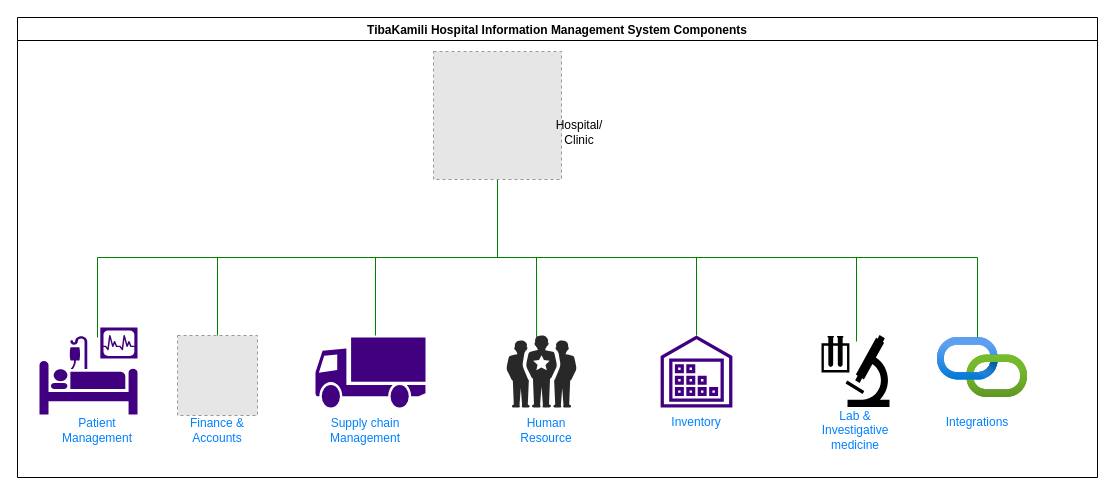
Earlier version of the draw.io diagram Test_Diagram.drawio (kmagua/flowcharts). Source tidied: cells renumbered, new cells numbered last; positions are measured from the earlier drawing's top-left corner, leaving out a move shared by most shapes. Both pictures are drawn from the tidied source at 100%, with x=0, y=0 at pixel (17, 17). Pictures stored in the file or linked from it are replaced by grey dashed boxes.
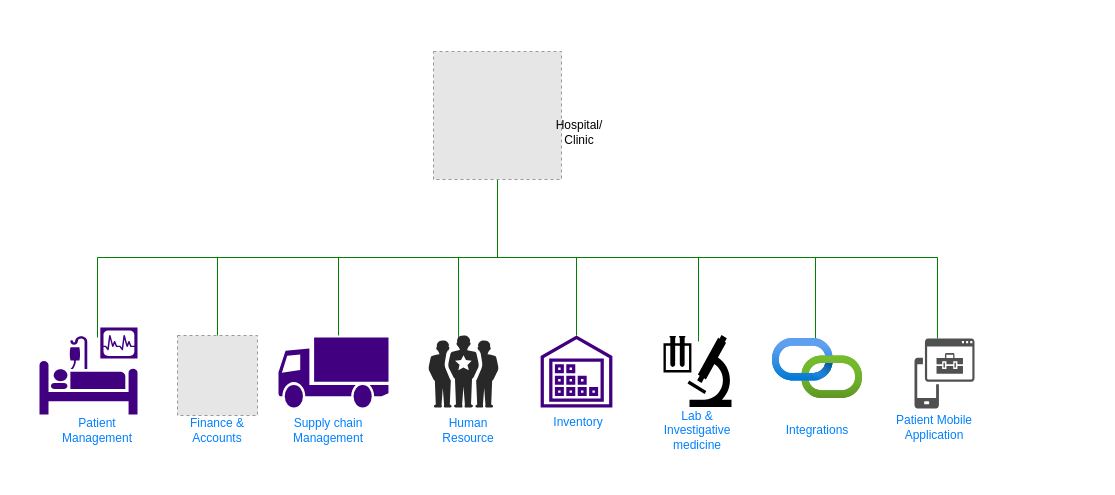
The same page after the edit.

The edit, as a diff of the source:
```diff
@@
     <mxCell id="2" style="endArrow=none;html=1;rounded=0;strokeColor=#008000;" parent="1" edge="1">
       <mxGeometry relative="1" as="geometry">
         <mxPoint x="80" y="240" as="sourcePoint" />
-        <mxPoint x="960" y="240" as="targetPoint" />
+        <mxPoint x="920" y="240" as="targetPoint" />
       </mxGeometry>
     </mxCell>
@@
     <mxCell id="8" style="endArrow=none;html=1;rounded=0;strokeColor=#008000;" parent="1" edge="1">
       <mxGeometry relative="1" as="geometry">
-        <mxPoint x="358" y="240" as="sourcePoint" />
-        <mxPoint x="358" y="318" as="targetPoint" />
+        <mxPoint x="321" y="240" as="sourcePoint" />
+        <mxPoint x="321" y="318" as="targetPoint" />
       </mxGeometry>
     </mxCell>
     <mxCell id="9" style="shape=mxgraph.signs.transportation.truck_1;html=1;fillColor=#400080;strokeColor=none;verticalLabelPosition=bottom;verticalAlign=top;align=center;" parent="1" vertex="1">
-      <mxGeometry x="298" y="320" width="110" height="70" as="geometry" />
+      <mxGeometry x="261" y="320" width="110" height="70" as="geometry" />
     </mxCell>
     <mxCell id="10" value="Supply chain Management" style="text;html=1;align=center;verticalAlign=middle;whiteSpace=wrap;rounded=0;fontColor=#0080ff;" parent="1" vertex="1">
-      <mxGeometry x="307.5" y="398" width="80" height="30" as="geometry" />
+      <mxGeometry x="270.5" y="398" width="80" height="30" as="geometry" />
     </mxCell>
     <mxCell id="11" style="endArrow=none;html=1;rounded=0;exitX=0.43;exitY=0.16;exitDx=0;exitDy=0;exitPerimeter=0;strokeColor=#008000;" parent="1" edge="1" source="13">
       <mxGeometry relative="1" as="geometry">
-        <mxPoint x="519" y="240" as="targetPoint" />
+        <mxPoint x="441" y="240" as="targetPoint" />
       </mxGeometry>
     </mxCell>
@@
     <mxCell id="13" style="verticalLabelPosition=bottom;sketch=0;html=1;fillColor=#282828;strokeColor=none;verticalAlign=top;align=center;shape=mxgraph.cisco_safe.people_places_things_icons.icon1;" parent="1" vertex="1">
-      <mxGeometry x="489" y="318" width="70" height="72" as="geometry" />
+      <mxGeometry x="411" y="318" width="70" height="72" as="geometry" />
     </mxCell>
     <mxCell id="14" value="Human Resource" style="text;html=1;align=center;verticalAlign=middle;whiteSpace=wrap;rounded=0;fontColor=#0080ff;" parent="1" vertex="1">
-      <mxGeometry x="489" y="398" width="80" height="30" as="geometry" />
+      <mxGeometry x="411" y="398" width="80" height="30" as="geometry" />
     </mxCell>
     <mxCell id="15" style="endArrow=none;html=1;rounded=0;strokeColor=#008000;" parent="1" edge="1">
       <mxGeometry relative="1" as="geometry">
-        <mxPoint x="679" y="240" as="sourcePoint" />
-        <mxPoint x="679" y="318" as="targetPoint" />
+        <mxPoint x="559" y="240" as="sourcePoint" />
+        <mxPoint x="559" y="318" as="targetPoint" />
       </mxGeometry>
     </mxCell>
     <mxCell id="16" style="sketch=0;fontColor=#232F3E;gradientColor=none;fillColor=#400080;strokeColor=none;dashed=0;verticalLabelPosition=bottom;verticalAlign=top;align=center;html=1;fontSize=12;fontStyle=0;shape=mxgraph.aws4.inventory;" parent="1" vertex="1">
-      <mxGeometry x="643" y="318" width="72" height="72" as="geometry" />
+      <mxGeometry x="523" y="318" width="72" height="72" as="geometry" />
     </mxCell>
     <mxCell id="17" value="Inventory" style="text;html=1;align=center;verticalAlign=middle;whiteSpace=wrap;rounded=0;fontColor=#0080ff;" parent="1" vertex="1">
-      <mxGeometry x="639" y="390" width="80" height="30" as="geometry" />
+      <mxGeometry x="521" y="390" width="80" height="30" as="geometry" />
     </mxCell>
     <mxCell id="18" style="shape=mxgraph.signs.science.laboratory;html=1;fillColor=#000000;strokeColor=none;verticalLabelPosition=bottom;verticalAlign=top;align=center;" parent="1" vertex="1">
-      <mxGeometry x="804" y="317.5" width="68" height="72" as="geometry" />
+      <mxGeometry x="646" y="317.5" width="68" height="72" as="geometry" />
     </mxCell>
     <mxCell id="19" style="endArrow=none;html=1;rounded=0;exitX=0.515;exitY=0.09;exitDx=0;exitDy=0;exitPerimeter=0;strokeColor=#008000;" parent="1" edge="1" source="18">
       <mxGeometry relative="1" as="geometry">
-        <mxPoint x="839" y="240" as="targetPoint" />
+        <mxPoint x="681" y="240" as="targetPoint" />
       </mxGeometry>
     </mxCell>
     <mxCell id="20" value="Lab &amp;amp; Investigative medicine" style="text;html=1;align=center;verticalAlign=middle;whiteSpace=wrap;rounded=0;fontColor=#0080ff;" parent="1" vertex="1">
-      <mxGeometry x="798" y="398" width="80" height="30" as="geometry" />
+      <mxGeometry x="640" y="398" width="80" height="30" as="geometry" />
     </mxCell>
@@
-    <mxCell id="24" value="TibaKamili Hospital Information Management System Components" style="swimlane;" parent="1" vertex="1">
-      <mxGeometry width="1080" height="460" as="geometry" />
-    </mxCell>
+    <mxCell id="27" style="endArrow=none;html=1;rounded=0;strokeColor=#008000;exitX=0.478;exitY=0.083;exitDx=0;exitDy=0;exitPerimeter=0;" parent="1" edge="1" source="25">
+      <mxGeometry relative="1" as="geometry">
+        <mxPoint x="798" y="240" as="targetPoint" />
+      </mxGeometry>
+    </mxCell>
+    <mxCell id="28" style="endArrow=none;html=1;rounded=0;strokeColor=#008000;exitX=0.383;exitY=0;exitDx=0;exitDy=0;exitPerimeter=0;" parent="1" edge="1" source="30">
+      <mxGeometry relative="1" as="geometry">
+        <mxPoint x="920" y="240" as="targetPoint" />
+      </mxGeometry>
+    </mxCell>
+    <mxCell id="29" value="Patient Mobile Application" style="text;html=1;align=center;verticalAlign=middle;whiteSpace=wrap;rounded=0;fontColor=#0080ff;" parent="1" vertex="1">
+      <mxGeometry x="877" y="395" width="80" height="30" as="geometry" />
+    </mxCell>
-    <mxCell id="25" style="image;html=1;points=[];align=center;fontSize=12;image=img/lib/azure2/devops/API_Connections.svg;" parent="24" vertex="1">
-      <mxGeometry x="920" y="320" width="90" height="60" as="geometry" />
+    <mxCell id="25" style="image;html=1;points=[];align=center;fontSize=12;image=img/lib/azure2/devops/API_Connections.svg;" parent="1" vertex="1">
+      <mxGeometry x="755" y="321" width="90" height="60" as="geometry" />
     </mxCell>
+    <mxCell id="30" style="sketch=0;shadow=0;dashed=0;html=1;strokeColor=none;labelPosition=center;verticalLabelPosition=bottom;verticalAlign=top;align=center;fillColor=#505050;shape=mxgraph.mscae.intune.intune_mobile_application_management;" parent="1" vertex="1">
+      <mxGeometry x="897" y="321" width="60" height="70" as="geometry" />
+    </mxCell>
-    <mxCell id="26" value="Integrations" style="text;html=1;align=center;verticalAlign=middle;whiteSpace=wrap;rounded=0;fontColor=#0080ff;" parent="24" vertex="1">
-      <mxGeometry x="920" y="390" width="80" height="30" as="geometry" />
+    <mxCell id="26" value="Integrations" style="text;html=1;align=center;verticalAlign=middle;whiteSpace=wrap;rounded=0;fontColor=#0080ff;" parent="1" vertex="1">
+      <mxGeometry x="760" y="398" width="80" height="30" as="geometry" />
     </mxCell>
-    <mxCell id="27" style="endArrow=none;html=1;rounded=0;strokeColor=#008000;" parent="1" edge="1">
-      <mxGeometry relative="1" as="geometry">
-        <mxPoint x="960" y="320" as="sourcePoint" />
-        <mxPoint x="960" y="240" as="targetPoint" />
-      </mxGeometry>
-    </mxCell>
```
